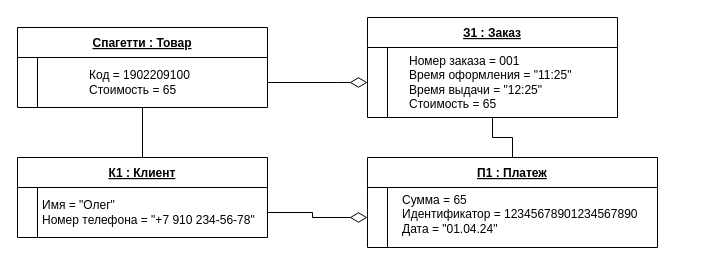
Earlier version of the draw.io diagram Диаграмма без названия.drawio (Ksenix-CopLLeRe/preparation). Source tidied: cells renumbered, new cells numbered last; positions are measured from the earlier drawing's top-left corner, leaving out a move shared by most shapes. Both pictures are drawn from the tidied source at 100%, with x=0, y=0 at pixel (17, 17).
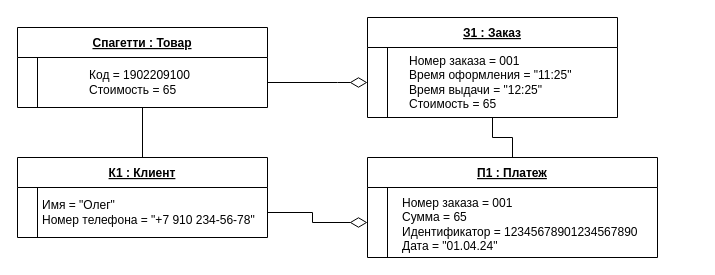
The same page after the edit.

The change refers to these unchanged cells:
```xml
<mxCell id="20" style="group;" parent="1" vertex="1">
  <mxGeometry x="350" y="140" width="330" height="100" as="geometry" />
</mxCell>
```

Diff of the diagram source:
```diff
@@
     <mxCell id="21" value="П1 : Платеж" style="shape=table;startSize=30;childLayout=tableLayout;rowLines=0;fontStyle=5;align=center;" parent="20" vertex="1">
-      <mxGeometry width="290" height="90" as="geometry" />
+      <mxGeometry width="290" height="100" as="geometry" />
     </mxCell>
     <mxCell id="22" style="shape=partialRectangle;fillColor=none;points=[[0,0.5],[1,0.5]];portConstraint=eastwest;top=0;left=0;right=0;bottom=0;" parent="21" vertex="1">
-      <mxGeometry y="30" width="290" height="60" as="geometry" />
+      <mxGeometry y="30" width="290" height="70" as="geometry" />
     </mxCell>
     <mxCell id="23" style="shape=partialRectangle;overflow=hidden;fillColor=none;top=0;left=0;bottom=0;right=0;" parent="22" vertex="1">
-      <mxGeometry width="20" height="60" as="geometry" />
+      <mxGeometry width="20" height="70" as="geometry" />
     </mxCell>
     <mxCell id="24" style="shape=partialRectangle;overflow=hidden;fillColor=none;top=0;left=0;bottom=0;right=0;align=left;spacingLeft=6;" parent="22" vertex="1">
-      <mxGeometry x="20" width="270" height="60" as="geometry" />
+      <mxGeometry x="20" width="270" height="70" as="geometry" />
     </mxCell>
-    <mxCell id="25" value="Сумма = 65&lt;div&gt;Идентификатор = 12345678901234567890&amp;nbsp;&lt;/div&gt;&lt;div&gt;Дата = &quot;01.04.24&quot;&lt;/div&gt;" style="text;strokeColor=none;align=left;fillColor=none;html=1;verticalAlign=middle;whiteSpace=wrap;rounded=0;" parent="20" vertex="1">
-      <mxGeometry x="32.5" y="40" width="257.5" height="33.3" as="geometry" />
+    <mxCell id="25" value="&lt;div&gt;Номер заказа = 001&lt;/div&gt;Сумма = 65&lt;div&gt;Идентификатор = 12345678901234567890&amp;nbsp;&lt;/div&gt;&lt;div&gt;Дата = &quot;01.04.24&quot;&lt;/div&gt;" style="text;strokeColor=none;align=left;fillColor=none;html=1;verticalAlign=middle;whiteSpace=wrap;rounded=0;" parent="20" vertex="1">
+      <mxGeometry x="32.5" y="50" width="257.5" height="33.3" as="geometry" />
     </mxCell>
```
